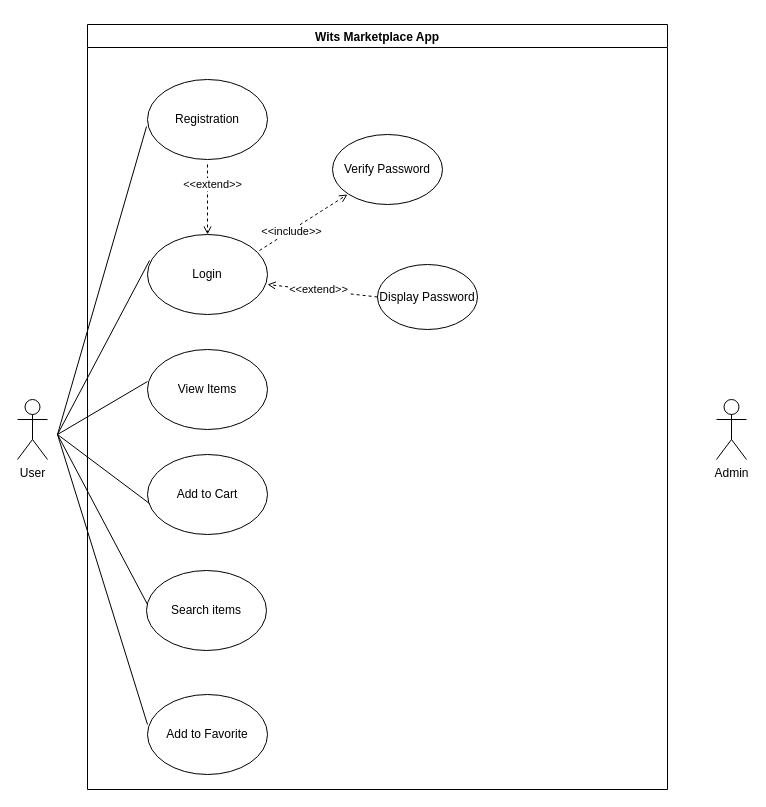
Before: io_files/usecase.drawio in Fankholor/WitsMarketplace, a draw.io diagram. Source tidied: cells renumbered, new cells numbered last; positions are measured from the earlier drawing's top-left corner, leaving out a move shared by most shapes. Both pictures are drawn from the tidied source at 100%, with x=0, y=0 at pixel (17, 24).
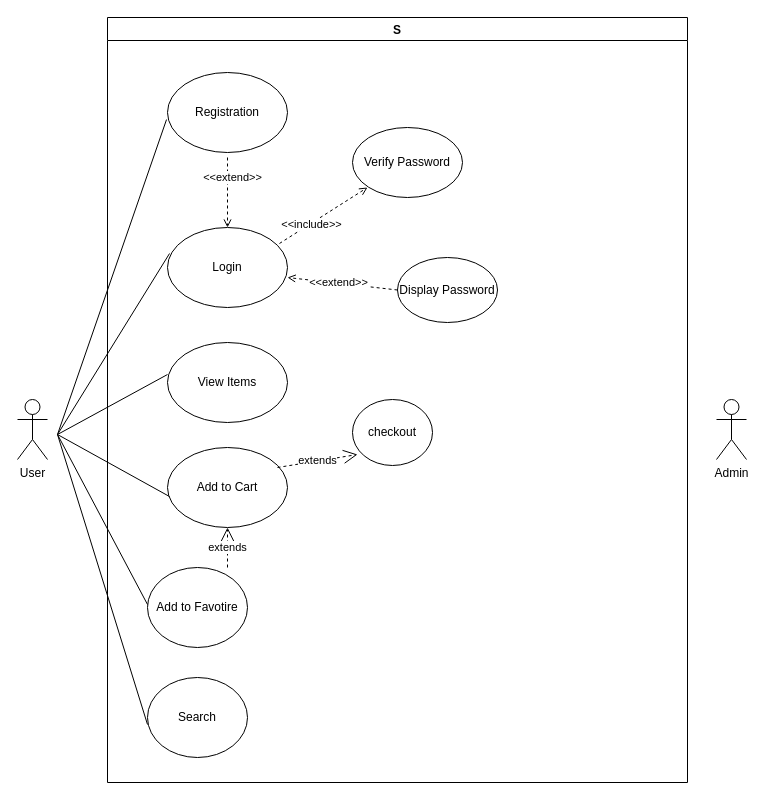
After the change.

The change refers to these unchanged cells:
```xml
<mxCell id="16" value="Add to Cart" style="ellipse;whiteSpace=wrap;html=1;" parent="3" vertex="1">
  <mxGeometry x="60" y="430" width="120" height="80" as="geometry" />
</mxCell>
```

Diff of the diagram source:
```diff
@@
-    <mxCell id="3" value="Wits Marketplace App" style="swimlane;swimlaneFillColor=#ffffff;" parent="1" vertex="1">
-      <mxGeometry x="70" width="580" height="765" as="geometry" />
+    <mxCell id="3" value="S" style="swimlane;swimlaneFillColor=#ffffff;" parent="1" vertex="1">
+      <mxGeometry x="90" y="-7" width="580" height="765" as="geometry" />
     </mxCell>
@@
-    <mxCell id="15" value="Add to Favorite" style="ellipse;whiteSpace=wrap;html=1;" parent="3" vertex="1">
-      <mxGeometry x="60" y="670" width="120" height="80" as="geometry" />
-    </mxCell>
@@
-    <mxCell id="17" value="Search items" style="ellipse;whiteSpace=wrap;html=1;" parent="3" vertex="1">
-      <mxGeometry x="59" y="546" width="120" height="80" as="geometry" />
-    </mxCell>
+    <mxCell id="25" value="checkout" style="ellipse;whiteSpace=wrap;html=1;" parent="3" vertex="1">
+      <mxGeometry x="245" y="382" width="80" height="66" as="geometry" />
+    </mxCell>
+    <mxCell id="26" value="Add to Favotire" style="ellipse;whiteSpace=wrap;html=1;" parent="3" vertex="1">
+      <mxGeometry x="40" y="550" width="100" height="80" as="geometry" />
+    </mxCell>
+    <mxCell id="27" value="Search" style="ellipse;whiteSpace=wrap;html=1;" parent="3" vertex="1">
+      <mxGeometry x="40" y="660" width="100" height="80" as="geometry" />
+    </mxCell>
+    <mxCell id="28" value="extends" style="endArrow=open;endSize=12;dashed=1;html=1;rounded=0;entryX=0.5;entryY=1;entryDx=0;entryDy=0;" parent="3" edge="1" target="16">
+      <mxGeometry relative="1" as="geometry">
+        <mxPoint x="120" y="550" as="sourcePoint" />
+      </mxGeometry>
+    </mxCell>
+    <mxCell id="29" value="extends" style="endArrow=open;endSize=12;dashed=1;html=1;rounded=0;" parent="3" edge="1">
+      <mxGeometry relative="1" as="geometry">
+        <mxPoint x="170" y="450" as="sourcePoint" />
+        <mxPoint x="250" y="437" as="targetPoint" />
+      </mxGeometry>
+    </mxCell>
@@
-    <mxCell id="23" style="endArrow=none;html=1;entryX=0;entryY=0.375;entryDx=0;entryDy=0;entryPerimeter=0;" parent="1" edge="1" target="15">
+    <mxCell id="23" style="endArrow=none;html=1;entryX=0;entryY=0.375;entryDx=0;entryDy=0;entryPerimeter=0;" parent="1" edge="1">
       <mxGeometry relative="1" as="geometry">
         <mxPoint x="40" y="410" as="sourcePoint" />
+        <mxPoint x="130" y="700" as="targetPoint" />
       </mxGeometry>
     </mxCell>
```
